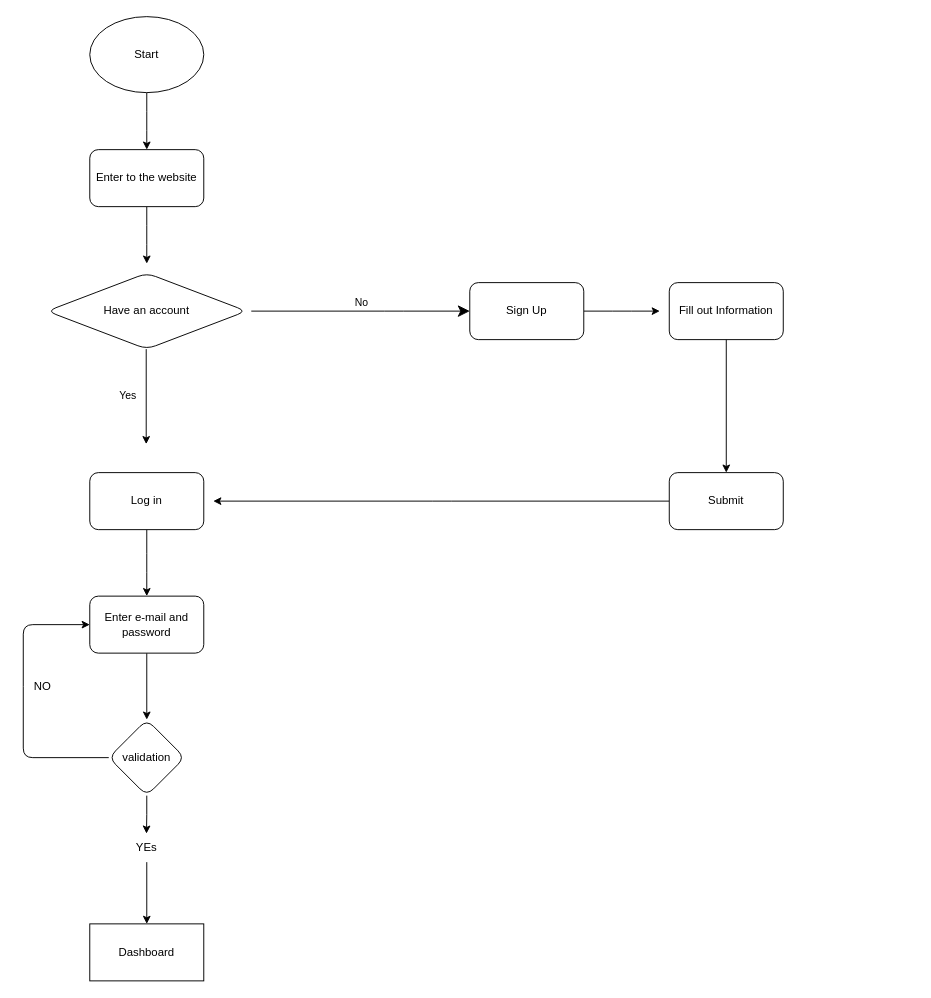
Above: Untitled Diagram.drawio in sidsigma3/system-design (draw.io), before the change. Source tidied: cells renumbered, new cells numbered last; positions are measured from the earlier drawing's top-left corner, leaving out a move shared by most shapes. Both pictures are drawn from the tidied source at 95%, with x=0, y=0 at pixel (23, 16).
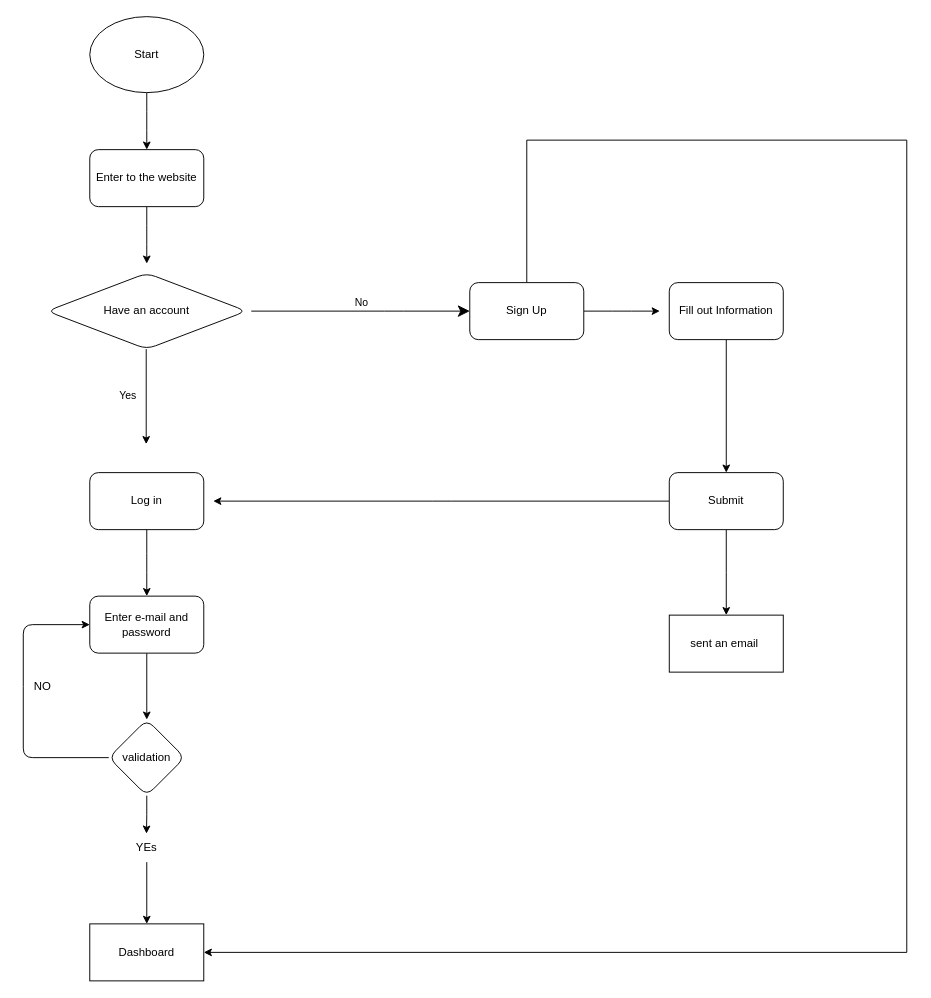
The same page after the edit.

The change refers to these unchanged cells:
```xml
<mxCell id="10" value="Sign Up" style="rounded=1;whiteSpace=wrap;html=1;labelBackgroundColor=none;" parent="1" vertex="1">
  <mxGeometry x="470" y="280" width="120" height="60" as="geometry" />
</mxCell>
<mxCell id="14" value="Submit" style="whiteSpace=wrap;html=1;rounded=1;labelBackgroundColor=none;" parent="1" vertex="1">
  <mxGeometry x="680" y="480" width="120" height="60" as="geometry" />
</mxCell>
<mxCell id="27" value="Dashboard" style="whiteSpace=wrap;html=1;" parent="1" vertex="1">
  <mxGeometry x="70" y="955" width="120" height="60" as="geometry" />
</mxCell>
```

Change to the diagram source:
```diff
@@
+    <mxCell id="28" style="edgeStyle=orthogonalEdgeStyle;rounded=0;jettySize=auto;html=1;entryX=1;entryY=0.5;entryDx=0;entryDy=0;" parent="1" edge="1" source="10" target="27">
+      <mxGeometry relative="1" as="geometry">
+        <Array as="points">
+          <mxPoint x="530" y="130" />
+          <mxPoint x="930" y="130" />
+          <mxPoint x="930" y="985" />
+        </Array>
+      </mxGeometry>
+    </mxCell>
@@
+    <mxCell id="29" style="edgeStyle=orthogonalEdgeStyle;rounded=0;jettySize=auto;html=1;" parent="1" edge="1" source="14">
+      <mxGeometry relative="1" as="geometry">
+        <mxPoint x="740" y="630" as="targetPoint" />
+      </mxGeometry>
+    </mxCell>
@@
+    <mxCell id="30" value="sent an email&amp;nbsp;" style="rounded=0;whiteSpace=wrap;html=1;" parent="1" vertex="1">
+      <mxGeometry x="680" y="630" width="120" height="60" as="geometry" />
+    </mxCell>
```
